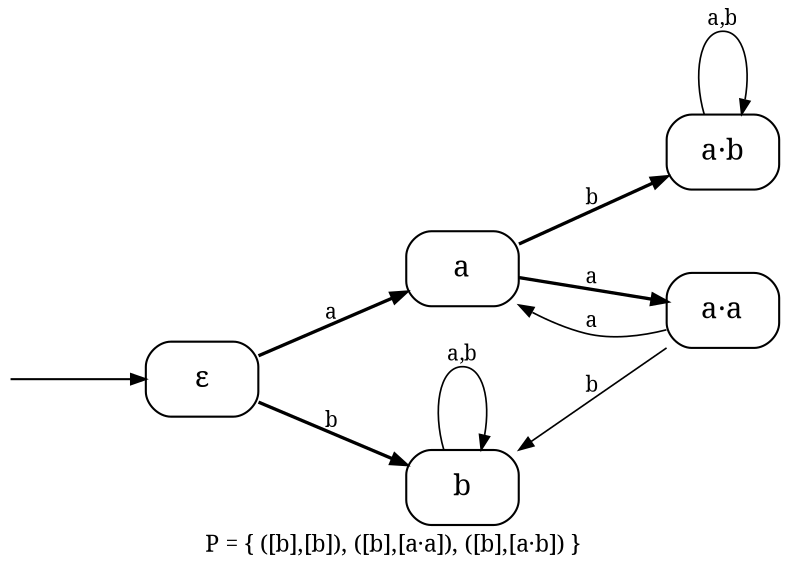
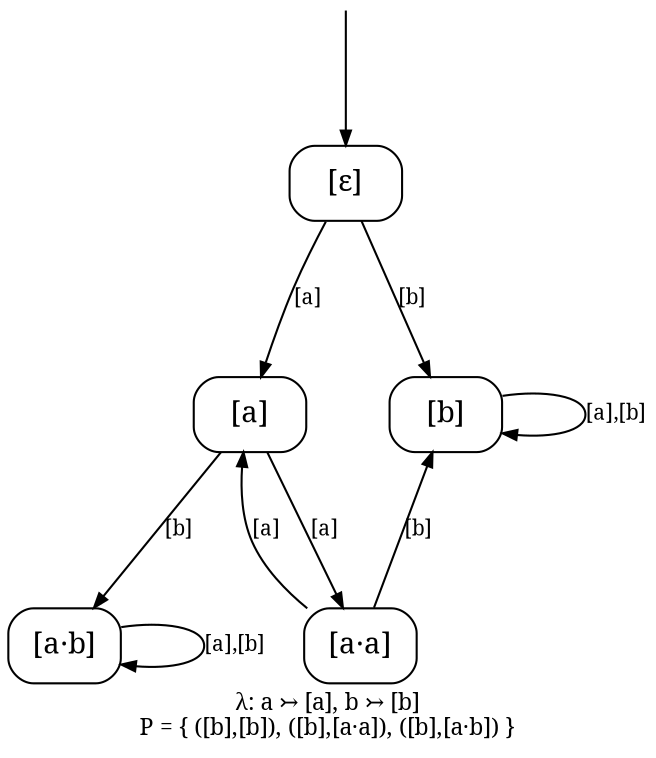
// sos2cayley even.sos --rename a=a,!a=b
digraph core_F2_even {
-   rankdir=LR;
+   rankdir=TB;
  ranksep=0.87; nodesep=0.55;
  node [shape=box, style=rounded, fontname="serif", margin="0.06,0.03"];
  edge [fontname="serif", fontsize=10, arrowsize=0.7];
-   label="P = { ([b],[b]), ([b],[a·a]), ([b],[a·b]) }"; labelloc="b"; labeljust="c";
-   fontname="serif"; fontsize=11;
+   label="λ: a ↣ [a], b ↣ [b]\nP = { ([b],[b]), ([b],[a·a]), ([b],[a·b]) }";
+   labelloc="b"; labeljust="c"; fontname="serif"; fontsize=11;

-   eps [label="ε"];
-   a [label="a"];
-   b [label="b"];
-   aa [label="a·a"];
-   ab [label="a·b"];
+   eps [label="[ε]"];
+   a [label="[a]"];
+   b [label="[b]"];
+   aa [label="[a·a]"];
+   ab [label="[a·b]"];
  _init [shape=none, label="", width=0.02, height=0.02];
  _init -> eps;

  { rank=same; eps; }
  { rank=same; a b; }
  { rank=same; aa ab; }

-   eps -> a [label="a", penwidth=1.6, weight=10];
-   eps -> b [label="b", penwidth=1.6, weight=10];
-   a -> aa [label="a", penwidth=1.6, weight=3];
-   a -> ab [label="b", penwidth=1.6, weight=3];
-   b -> b [label="a,b", penwidth=0.8, weight=1];
-   aa -> a [label="a", penwidth=0.8, weight=1];
-   aa -> b [label="b", penwidth=0.8, weight=1];
-   ab -> ab [label="a,b", penwidth=0.8, weight=1];
+   eps -> a [label="[a]", weight=10];
+   eps -> b [label="[b]", weight=10];
+   a -> aa [label="[a]", weight=3];
+   a -> ab [label="[b]", weight=3];
+   b -> b [label="[a],[b]", weight=1];
+   aa -> a [label="[a]", weight=1];
+   aa -> b [label="[b]", weight=1];
+   ab -> ab [label="[a],[b]", weight=1];
}
